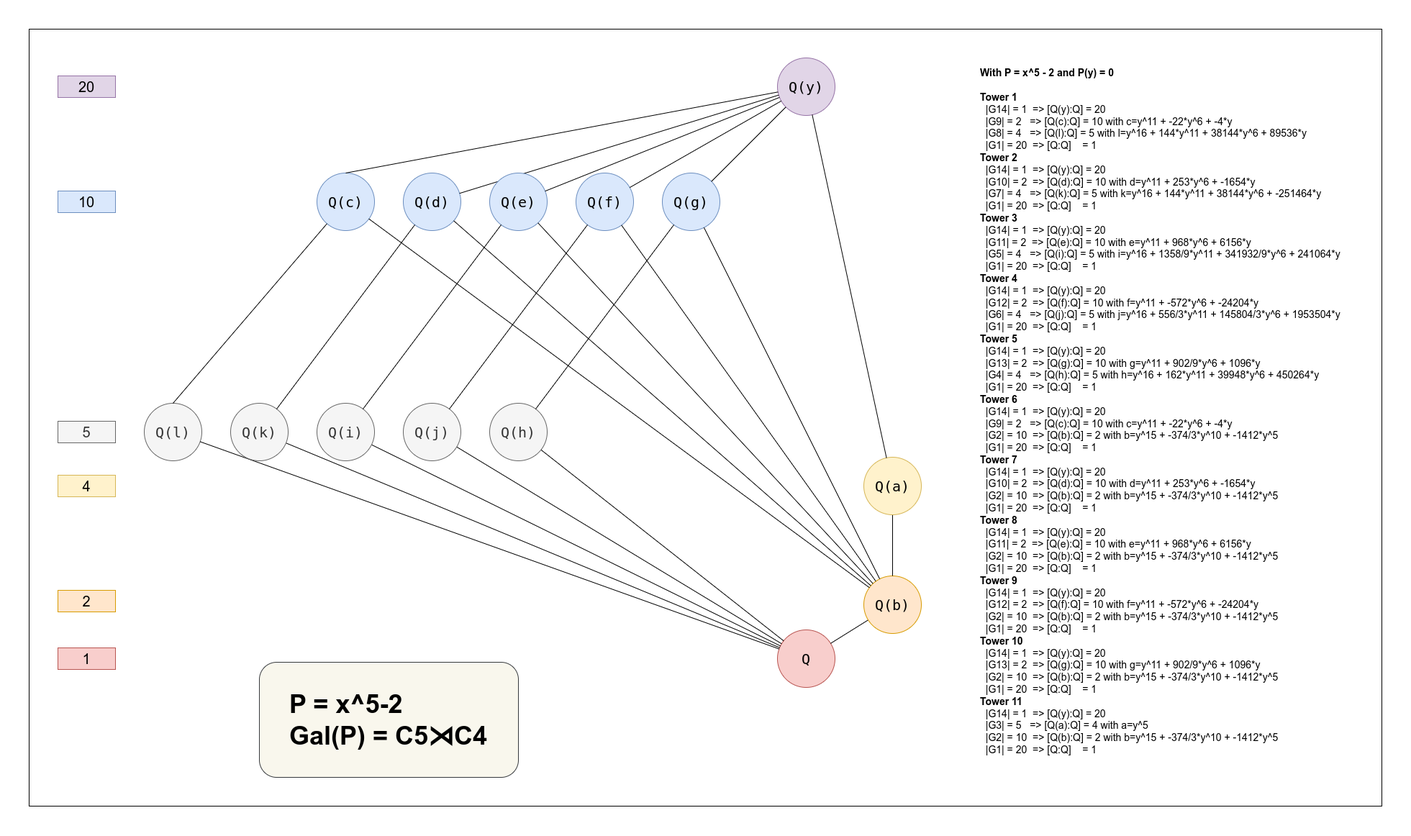
Above: C5x:C4.png in aidevnn/FastGoat (draw.io), before the change. Source tidied: cells renumbered, new cells last; positions are measured from the earlier drawing's top-left corner, leaving out a move shared by most shapes.
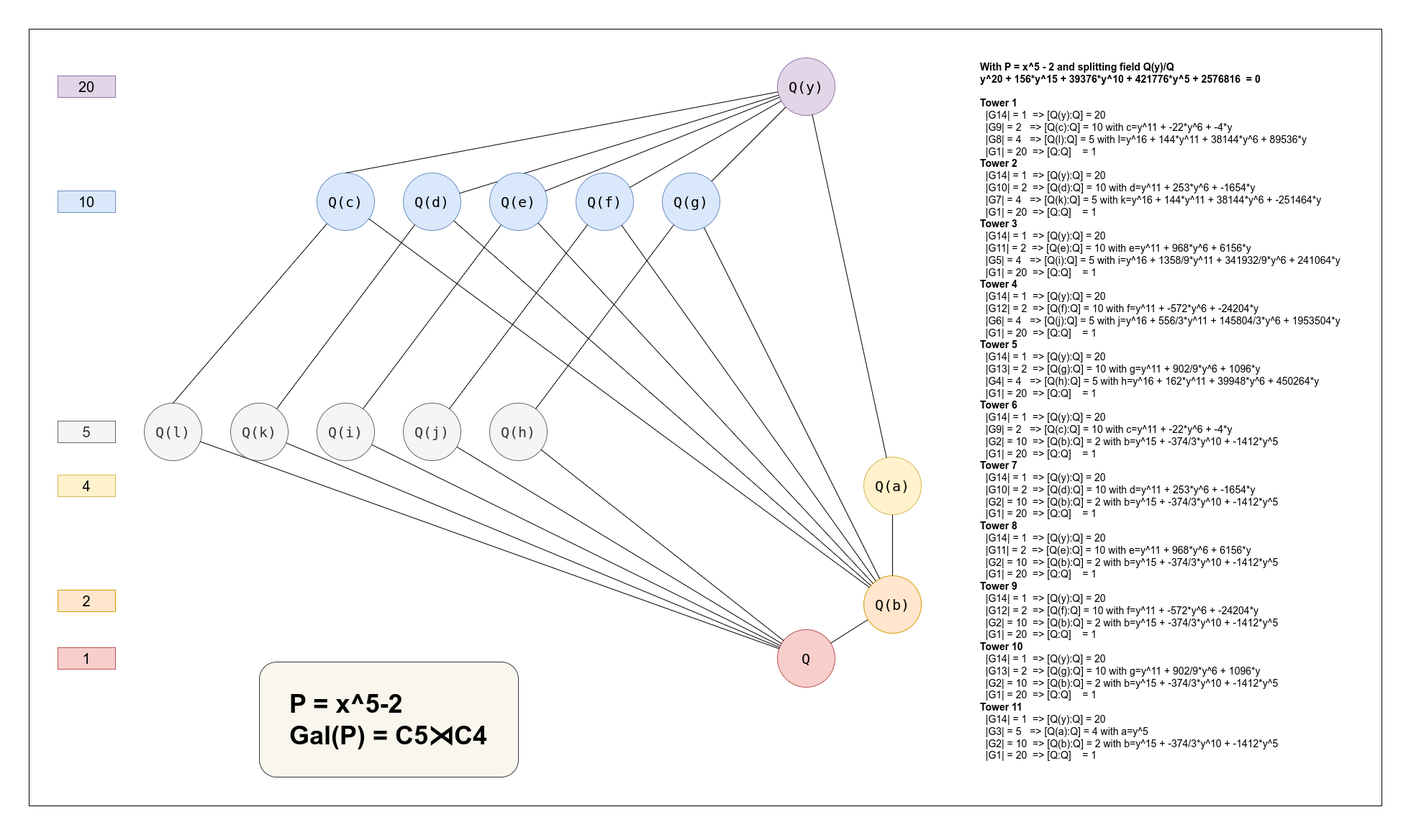
Later version of the same file.

Change to the diagram source:
```diff
@@ -29,7 +29,7 @@
     <mxCell id="10" style="edgeStyle=none;rounded=0;jettySize=auto;html=1;fontFamily=Helvetica;fontSize=20;fontColor=default;endArrow=none;endFill=0;" parent="2" edge="1" source="7" target="9">
       <mxGeometry relative="1" as="geometry" />
     </mxCell>
-    <mxCell id="11" value="&lt;div style=&quot;font-size: 14px;&quot;&gt;&lt;b&gt;With P = x^5 - 2 and P(y) = 0&lt;/b&gt;&lt;/div&gt;&lt;div style=&quot;font-size: 14px;&quot;&gt;&lt;br style=&quot;font-size: 14px;&quot;&gt;&lt;/div&gt;&lt;div style=&quot;font-size: 14px;&quot;&gt;&lt;b&gt;Tower 1&lt;/b&gt;&lt;/div&gt;&lt;div style=&quot;font-size: 14px;&quot;&gt;&amp;nbsp; |G14| = 1&amp;nbsp; =&amp;gt; [Q(y):Q] = 20&lt;/div&gt;&lt;div style=&quot;font-size: 14px;&quot;&gt;&amp;nbsp; |G9| = 2&amp;nbsp; &amp;nbsp;=&amp;gt; [Q(c):Q] = 10 with c=y^11 + -22*y^6 + -4*y&lt;/div&gt;&lt;div style=&quot;font-size: 14px;&quot;&gt;&amp;nbsp; |G8| = 4&amp;nbsp; &amp;nbsp;=&amp;gt; [Q(l):Q] = 5 with l=y^16 + 144*y^11 + 38144*y^6 + 89536*y&lt;/div&gt;&lt;div style=&quot;font-size: 14px;&quot;&gt;&amp;nbsp; |G1| = 20&amp;nbsp; =&amp;gt; [Q:Q]&amp;nbsp; &amp;nbsp; = 1&lt;/div&gt;&lt;div style=&quot;font-size: 14px;&quot;&gt;&lt;b&gt;Tower 2&lt;/b&gt;&lt;/div&gt;&lt;div style=&quot;font-size: 14px;&quot;&gt;&amp;nbsp; |G14| = 1&amp;nbsp; =&amp;gt; [Q(y):Q] = 20&lt;/div&gt;&lt;div style=&quot;font-size: 14px;&quot;&gt;&amp;nbsp; |G10| = 2&amp;nbsp; =&amp;gt; [Q(d):Q] = 10 with d=y^11 + 253*y^6 + -1654*y&lt;/div&gt;&lt;div style=&quot;font-size: 14px;&quot;&gt;&amp;nbsp; |G7| = 4&amp;nbsp; &amp;nbsp;=&amp;gt; [Q(k):Q] = 5 with k=y^16 + 144*y^11 + 38144*y^6 + -251464*y&lt;/div&gt;&lt;div style=&quot;font-size: 14px;&quot;&gt;&amp;nbsp; |G1| = 20&amp;nbsp; =&amp;gt; [Q:Q]&amp;nbsp; &amp;nbsp; = 1&lt;/div&gt;&lt;div style=&quot;font-size: 14px;&quot;&gt;&lt;b&gt;Tower 3&lt;/b&gt;&lt;/div&gt;&lt;div style=&quot;font-size: 14px;&quot;&gt;&amp;nbsp; |G14| = 1&amp;nbsp; =&amp;gt; [Q(y):Q] = 20&lt;/div&gt;&lt;div style=&quot;font-size: 14px;&quot;&gt;&amp;nbsp; |G11| = 2&amp;nbsp; =&amp;gt; [Q(e):Q] = 10 with e=y^11 + 968*y^6 + 6156*y&lt;/div&gt;&lt;div style=&quot;font-size: 14px;&quot;&gt;&amp;nbsp; |G5| = 4&amp;nbsp; &amp;nbsp;=&amp;gt; [Q(i):Q] = 5 with i=y^16 + 1358/9*y^11 + 341932/9*y^6 + 241064*y&lt;/div&gt;&lt;div style=&quot;font-size: 14px;&quot;&gt;&amp;nbsp; |G1| = 20&amp;nbsp; =&amp;gt; [Q:Q]&amp;nbsp; &amp;nbsp; = 1&lt;/div&gt;&lt;div style=&quot;font-size: 14px;&quot;&gt;&lt;b&gt;Tower 4&lt;/b&gt;&lt;/div&gt;&lt;div style=&quot;font-size: 14px;&quot;&gt;&amp;nbsp; |G14| = 1&amp;nbsp; =&amp;gt; [Q(y):Q] = 20&lt;/div&gt;&lt;div style=&quot;font-size: 14px;&quot;&gt;&amp;nbsp; |G12| = 2&amp;nbsp; =&amp;gt; [Q(f):Q] = 10 with f=y^11 + -572*y^6 + -24204*y&lt;/div&gt;&lt;div style=&quot;font-size: 14px;&quot;&gt;&amp;nbsp; |G6| = 4&amp;nbsp; &amp;nbsp;=&amp;gt; [Q(j):Q] = 5 with j=y^16 + 556/3*y^11 + 145804/3*y^6 + 1953504*y&lt;/div&gt;&lt;div style=&quot;font-size: 14px;&quot;&gt;&amp;nbsp; |G1| = 20&amp;nbsp; =&amp;gt; [Q:Q]&amp;nbsp; &amp;nbsp; = 1&lt;/div&gt;&lt;div style=&quot;font-size: 14px;&quot;&gt;&lt;b&gt;Tower 5&lt;/b&gt;&lt;/div&gt;&lt;div style=&quot;font-size: 14px;&quot;&gt;&amp;nbsp; |G14| = 1&amp;nbsp; =&amp;gt; [Q(y):Q] = 20&lt;/div&gt;&lt;div style=&quot;font-size: 14px;&quot;&gt;&amp;nbsp; |G13| = 2&amp;nbsp; =&amp;gt; [Q(g):Q] = 10 with g=y^11 + 902/9*y^6 + 1096*y&lt;/div&gt;&lt;div style=&quot;font-size: 14px;&quot;&gt;&amp;nbsp; |G4| = 4&amp;nbsp; &amp;nbsp;=&amp;gt; [Q(h):Q] = 5 with h=y^16 + 162*y^11 + 39948*y^6 + 450264*y&lt;/div&gt;&lt;div style=&quot;font-size: 14px;&quot;&gt;&amp;nbsp; |G1| = 20&amp;nbsp; =&amp;gt; [Q:Q]&amp;nbsp; &amp;nbsp; = 1&lt;/div&gt;&lt;div style=&quot;font-size: 14px;&quot;&gt;&lt;b&gt;Tower 6&lt;/b&gt;&lt;/div&gt;&lt;div style=&quot;font-size: 14px;&quot;&gt;&amp;nbsp; |G14| = 1&amp;nbsp; =&amp;gt; [Q(y):Q] = 20&lt;/div&gt;&lt;div style=&quot;font-size: 14px;&quot;&gt;&amp;nbsp; |G9| = 2&amp;nbsp; &amp;nbsp;=&amp;gt; [Q(c):Q] = 10 with c=y^11 + -22*y^6 + -4*y&lt;/div&gt;&lt;div style=&quot;font-size: 14px;&quot;&gt;&amp;nbsp; |G2| = 10&amp;nbsp; =&amp;gt; [Q(b):Q] = 2 with b=y^15 + -374/3*y^10 + -1412*y^5&lt;/div&gt;&lt;div style=&quot;font-size: 14px;&quot;&gt;&amp;nbsp; |G1| = 20&amp;nbsp; =&amp;gt; [Q:Q]&amp;nbsp; &amp;nbsp; = 1&lt;/div&gt;&lt;div style=&quot;font-size: 14px;&quot;&gt;&lt;b&gt;Tower 7&lt;/b&gt;&lt;/div&gt;&lt;div style=&quot;font-size: 14px;&quot;&gt;&amp;nbsp; |G14| = 1&amp;nbsp; =&amp;gt; [Q(y):Q] = 20&lt;/div&gt;&lt;div style=&quot;font-size: 14px;&quot;&gt;&amp;nbsp; |G10| = 2&amp;nbsp; =&amp;gt; [Q(d):Q] = 10 with d=y^11 + 253*y^6 + -1654*y&lt;/div&gt;&lt;div style=&quot;font-size: 14px;&quot;&gt;&amp;nbsp; |G2| = 10&amp;nbsp; =&amp;gt; [Q(b):Q] = 2 with b=y^15 + -374/3*y^10 + -1412*y^5&lt;/div&gt;&lt;div style=&quot;font-size: 14px;&quot;&gt;&amp;nbsp; |G1| = 20&amp;nbsp; =&amp;gt; [Q:Q]&amp;nbsp; &amp;nbsp; = 1&lt;/div&gt;&lt;div style=&quot;font-size: 14px;&quot;&gt;&lt;b&gt;Tower 8&lt;/b&gt;&lt;/div&gt;&lt;div style=&quot;font-size: 14px;&quot;&gt;&amp;nbsp; |G14| = 1&amp;nbsp; =&amp;gt; [Q(y):Q] = 20&lt;/div&gt;&lt;div style=&quot;font-size: 14px;&quot;&gt;&amp;nbsp; |G11| = 2&amp;nbsp; =&amp;gt; [Q(e):Q] = 10 with e=y^11 + 968*y^6 + 6156*y&lt;/div&gt;&lt;div style=&quot;font-size: 14px;&quot;&gt;&amp;nbsp; |G2| = 10&amp;nbsp; =&amp;gt; [Q(b):Q] = 2 with b=y^15 + -374/3*y^10 + -1412*y^5&lt;/div&gt;&lt;div style=&quot;font-size: 14px;&quot;&gt;&amp;nbsp; |G1| = 20&amp;nbsp; =&amp;gt; [Q:Q]&amp;nbsp; &amp;nbsp; = 1&lt;/div&gt;&lt;div style=&quot;font-size: 14px;&quot;&gt;&lt;b&gt;Tower 9&lt;/b&gt;&lt;/div&gt;&lt;div style=&quot;font-size: 14px;&quot;&gt;&amp;nbsp; |G14| = 1&amp;nbsp; =&amp;gt; [Q(y):Q] = 20&lt;/div&gt;&lt;div style=&quot;font-size: 14px;&quot;&gt;&amp;nbsp; |G12| = 2&amp;nbsp; =&amp;gt; [Q(f):Q] = 10 with f=y^11 + -572*y^6 + -24204*y&lt;/div&gt;&lt;div style=&quot;font-size: 14px;&quot;&gt;&amp;nbsp; |G2| = 10&amp;nbsp; =&amp;gt; [Q(b):Q] = 2 with b=y^15 + -374/3*y^10 + -1412*y^5&lt;/div&gt;&lt;div style=&quot;font-size: 14px;&quot;&gt;&amp;nbsp; |G1| = 20&amp;nbsp; =&amp;gt; [Q:Q]&amp;nbsp; &amp;nbsp; = 1&lt;/div&gt;&lt;div style=&quot;font-size: 14px;&quot;&gt;&lt;b&gt;Tower 10&lt;/b&gt;&lt;/div&gt;&lt;div style=&quot;font-size: 14px;&quot;&gt;&amp;nbsp; |G14| = 1&amp;nbsp; =&amp;gt; [Q(y):Q] = 20&lt;/div&gt;&lt;div style=&quot;font-size: 14px;&quot;&gt;&amp;nbsp; |G13| = 2&amp;nbsp; =&amp;gt; [Q(g):Q] = 10 with g=y^11 + 902/9*y^6 + 1096*y&lt;/div&gt;&lt;div style=&quot;font-size: 14px;&quot;&gt;&amp;nbsp; |G2| = 10&amp;nbsp; =&amp;gt; [Q(b):Q] = 2 with b=y^15 + -374/3*y^10 + -1412*y^5&lt;/div&gt;&lt;div style=&quot;font-size: 14px;&quot;&gt;&amp;nbsp; |G1| = 20&amp;nbsp; =&amp;gt; [Q:Q]&amp;nbsp; &amp;nbsp; = 1&lt;/div&gt;&lt;div style=&quot;font-size: 14px;&quot;&gt;&lt;b&gt;Tower 11&lt;/b&gt;&lt;/div&gt;&lt;div style=&quot;font-size: 14px;&quot;&gt;&amp;nbsp; |G14| = 1&amp;nbsp; =&amp;gt; [Q(y):Q] = 20&lt;/div&gt;&lt;div style=&quot;font-size: 14px;&quot;&gt;&amp;nbsp; |G3| = 5&amp;nbsp; &amp;nbsp;=&amp;gt; [Q(a):Q] = 4 with a=y^5&lt;/div&gt;&lt;div style=&quot;font-size: 14px;&quot;&gt;&amp;nbsp; |G2| = 10&amp;nbsp; =&amp;gt; [Q(b):Q] = 2 with b=y^15 + -374/3*y^10 + -1412*y^5&lt;/div&gt;&lt;div style=&quot;font-size: 14px;&quot;&gt;&amp;nbsp; |G1| = 20&amp;nbsp; =&amp;gt; [Q:Q]&amp;nbsp; &amp;nbsp; = 1&lt;/div&gt;&lt;div style=&quot;font-size: 14px;&quot;&gt;&lt;br style=&quot;font-size: 14px;&quot;&gt;&lt;/div&gt;" style="text;html=1;align=left;verticalAlign=middle;whiteSpace=wrap;rounded=0;fontSize=14;fontFamily=Helvetica;fillColor=default;strokeColor=none;spacingLeft=40;" parent="2" vertex="1">
+    <mxCell id="11" value="&lt;div style=&quot;font-size: 14px;&quot;&gt;&lt;b&gt;With P = x^5 - 2 and splitting field Q(y)/Q&lt;/b&gt;&lt;/div&gt;&lt;b&gt;y^20 + 156*y^15 + 39376*y^10 + 421776*y^5 + 2576816&amp;nbsp;&lt;/b&gt;&lt;b style=&quot;background-color: initial;&quot;&gt;&amp;nbsp;= 0&lt;/b&gt;&lt;b&gt;&lt;br&gt;&lt;/b&gt;&lt;div style=&quot;font-size: 14px;&quot;&gt;&lt;br style=&quot;font-size: 14px;&quot;&gt;&lt;/div&gt;&lt;div style=&quot;font-size: 14px;&quot;&gt;&lt;b&gt;Tower 1&lt;/b&gt;&lt;/div&gt;&lt;div style=&quot;font-size: 14px;&quot;&gt;&amp;nbsp; |G14| = 1&amp;nbsp; =&amp;gt; [Q(y):Q] = 20&lt;/div&gt;&lt;div style=&quot;font-size: 14px;&quot;&gt;&amp;nbsp; |G9| = 2&amp;nbsp; &amp;nbsp;=&amp;gt; [Q(c):Q] = 10 with c=y^11 + -22*y^6 + -4*y&lt;/div&gt;&lt;div style=&quot;font-size: 14px;&quot;&gt;&amp;nbsp; |G8| = 4&amp;nbsp; &amp;nbsp;=&amp;gt; [Q(l):Q] = 5 with l=y^16 + 144*y^11 + 38144*y^6 + 89536*y&lt;/div&gt;&lt;div style=&quot;font-size: 14px;&quot;&gt;&amp;nbsp; |G1| = 20&amp;nbsp; =&amp;gt; [Q:Q]&amp;nbsp; &amp;nbsp; = 1&lt;/div&gt;&lt;div style=&quot;font-size: 14px;&quot;&gt;&lt;b&gt;Tower 2&lt;/b&gt;&lt;/div&gt;&lt;div style=&quot;font-size: 14px;&quot;&gt;&amp;nbsp; |G14| = 1&amp;nbsp; =&amp;gt; [Q(y):Q] = 20&lt;/div&gt;&lt;div style=&quot;font-size: 14px;&quot;&gt;&amp;nbsp; |G10| = 2&amp;nbsp; =&amp;gt; [Q(d):Q] = 10 with d=y^11 + 253*y^6 + -1654*y&lt;/div&gt;&lt;div style=&quot;font-size: 14px;&quot;&gt;&amp;nbsp; |G7| = 4&amp;nbsp; &amp;nbsp;=&amp;gt; [Q(k):Q] = 5 with k=y^16 + 144*y^11 + 38144*y^6 + -251464*y&lt;/div&gt;&lt;div style=&quot;font-size: 14px;&quot;&gt;&amp;nbsp; |G1| = 20&amp;nbsp; =&amp;gt; [Q:Q]&amp;nbsp; &amp;nbsp; = 1&lt;/div&gt;&lt;div style=&quot;font-size: 14px;&quot;&gt;&lt;b&gt;Tower 3&lt;/b&gt;&lt;/div&gt;&lt;div style=&quot;font-size: 14px;&quot;&gt;&amp;nbsp; |G14| = 1&amp;nbsp; =&amp;gt; [Q(y):Q] = 20&lt;/div&gt;&lt;div style=&quot;font-size: 14px;&quot;&gt;&amp;nbsp; |G11| = 2&amp;nbsp; =&amp;gt; [Q(e):Q] = 10 with e=y^11 + 968*y^6 + 6156*y&lt;/div&gt;&lt;div style=&quot;font-size: 14px;&quot;&gt;&amp;nbsp; |G5| = 4&amp;nbsp; &amp;nbsp;=&amp;gt; [Q(i):Q] = 5 with i=y^16 + 1358/9*y^11 + 341932/9*y^6 + 241064*y&lt;/div&gt;&lt;div style=&quot;font-size: 14px;&quot;&gt;&amp;nbsp; |G1| = 20&amp;nbsp; =&amp;gt; [Q:Q]&amp;nbsp; &amp;nbsp; = 1&lt;/div&gt;&lt;div style=&quot;font-size: 14px;&quot;&gt;&lt;b&gt;Tower 4&lt;/b&gt;&lt;/div&gt;&lt;div style=&quot;font-size: 14px;&quot;&gt;&amp;nbsp; |G14| = 1&amp;nbsp; =&amp;gt; [Q(y):Q] = 20&lt;/div&gt;&lt;div style=&quot;font-size: 14px;&quot;&gt;&amp;nbsp; |G12| = 2&amp;nbsp; =&amp;gt; [Q(f):Q] = 10 with f=y^11 + -572*y^6 + -24204*y&lt;/div&gt;&lt;div style=&quot;font-size: 14px;&quot;&gt;&amp;nbsp; |G6| = 4&amp;nbsp; &amp;nbsp;=&amp;gt; [Q(j):Q] = 5 with j=y^16 + 556/3*y^11 + 145804/3*y^6 + 1953504*y&lt;/div&gt;&lt;div style=&quot;font-size: 14px;&quot;&gt;&amp;nbsp; |G1| = 20&amp;nbsp; =&amp;gt; [Q:Q]&amp;nbsp; &amp;nbsp; = 1&lt;/div&gt;&lt;div style=&quot;font-size: 14px;&quot;&gt;&lt;b&gt;Tower 5&lt;/b&gt;&lt;/div&gt;&lt;div style=&quot;font-size: 14px;&quot;&gt;&amp;nbsp; |G14| = 1&amp;nbsp; =&amp;gt; [Q(y):Q] = 20&lt;/div&gt;&lt;div style=&quot;font-size: 14px;&quot;&gt;&amp;nbsp; |G13| = 2&amp;nbsp; =&amp;gt; [Q(g):Q] = 10 with g=y^11 + 902/9*y^6 + 1096*y&lt;/div&gt;&lt;div style=&quot;font-size: 14px;&quot;&gt;&amp;nbsp; |G4| = 4&amp;nbsp; &amp;nbsp;=&amp;gt; [Q(h):Q] = 5 with h=y^16 + 162*y^11 + 39948*y^6 + 450264*y&lt;/div&gt;&lt;div style=&quot;font-size: 14px;&quot;&gt;&amp;nbsp; |G1| = 20&amp;nbsp; =&amp;gt; [Q:Q]&amp;nbsp; &amp;nbsp; = 1&lt;/div&gt;&lt;div style=&quot;font-size: 14px;&quot;&gt;&lt;b&gt;Tower 6&lt;/b&gt;&lt;/div&gt;&lt;div style=&quot;font-size: 14px;&quot;&gt;&amp;nbsp; |G14| = 1&amp;nbsp; =&amp;gt; [Q(y):Q] = 20&lt;/div&gt;&lt;div style=&quot;font-size: 14px;&quot;&gt;&amp;nbsp; |G9| = 2&amp;nbsp; &amp;nbsp;=&amp;gt; [Q(c):Q] = 10 with c=y^11 + -22*y^6 + -4*y&lt;/div&gt;&lt;div style=&quot;font-size: 14px;&quot;&gt;&amp;nbsp; |G2| = 10&amp;nbsp; =&amp;gt; [Q(b):Q] = 2 with b=y^15 + -374/3*y^10 + -1412*y^5&lt;/div&gt;&lt;div style=&quot;font-size: 14px;&quot;&gt;&amp;nbsp; |G1| = 20&amp;nbsp; =&amp;gt; [Q:Q]&amp;nbsp; &amp;nbsp; = 1&lt;/div&gt;&lt;div style=&quot;font-size: 14px;&quot;&gt;&lt;b&gt;Tower 7&lt;/b&gt;&lt;/div&gt;&lt;div style=&quot;font-size: 14px;&quot;&gt;&amp;nbsp; |G14| = 1&amp;nbsp; =&amp;gt; [Q(y):Q] = 20&lt;/div&gt;&lt;div style=&quot;font-size: 14px;&quot;&gt;&amp;nbsp; |G10| = 2&amp;nbsp; =&amp;gt; [Q(d):Q] = 10 with d=y^11 + 253*y^6 + -1654*y&lt;/div&gt;&lt;div style=&quot;font-size: 14px;&quot;&gt;&amp;nbsp; |G2| = 10&amp;nbsp; =&amp;gt; [Q(b):Q] = 2 with b=y^15 + -374/3*y^10 + -1412*y^5&lt;/div&gt;&lt;div style=&quot;font-size: 14px;&quot;&gt;&amp;nbsp; |G1| = 20&amp;nbsp; =&amp;gt; [Q:Q]&amp;nbsp; &amp;nbsp; = 1&lt;/div&gt;&lt;div style=&quot;font-size: 14px;&quot;&gt;&lt;b&gt;Tower 8&lt;/b&gt;&lt;/div&gt;&lt;div style=&quot;font-size: 14px;&quot;&gt;&amp;nbsp; |G14| = 1&amp;nbsp; =&amp;gt; [Q(y):Q] = 20&lt;/div&gt;&lt;div style=&quot;font-size: 14px;&quot;&gt;&amp;nbsp; |G11| = 2&amp;nbsp; =&amp;gt; [Q(e):Q] = 10 with e=y^11 + 968*y^6 + 6156*y&lt;/div&gt;&lt;div style=&quot;font-size: 14px;&quot;&gt;&amp;nbsp; |G2| = 10&amp;nbsp; =&amp;gt; [Q(b):Q] = 2 with b=y^15 + -374/3*y^10 + -1412*y^5&lt;/div&gt;&lt;div style=&quot;font-size: 14px;&quot;&gt;&amp;nbsp; |G1| = 20&amp;nbsp; =&amp;gt; [Q:Q]&amp;nbsp; &amp;nbsp; = 1&lt;/div&gt;&lt;div style=&quot;font-size: 14px;&quot;&gt;&lt;b&gt;Tower 9&lt;/b&gt;&lt;/div&gt;&lt;div style=&quot;font-size: 14px;&quot;&gt;&amp;nbsp; |G14| = 1&amp;nbsp; =&amp;gt; [Q(y):Q] = 20&lt;/div&gt;&lt;div style=&quot;font-size: 14px;&quot;&gt;&amp;nbsp; |G12| = 2&amp;nbsp; =&amp;gt; [Q(f):Q] = 10 with f=y^11 + -572*y^6 + -24204*y&lt;/div&gt;&lt;div style=&quot;font-size: 14px;&quot;&gt;&amp;nbsp; |G2| = 10&amp;nbsp; =&amp;gt; [Q(b):Q] = 2 with b=y^15 + -374/3*y^10 + -1412*y^5&lt;/div&gt;&lt;div style=&quot;font-size: 14px;&quot;&gt;&amp;nbsp; |G1| = 20&amp;nbsp; =&amp;gt; [Q:Q]&amp;nbsp; &amp;nbsp; = 1&lt;/div&gt;&lt;div style=&quot;font-size: 14px;&quot;&gt;&lt;b&gt;Tower 10&lt;/b&gt;&lt;/div&gt;&lt;div style=&quot;font-size: 14px;&quot;&gt;&amp;nbsp; |G14| = 1&amp;nbsp; =&amp;gt; [Q(y):Q] = 20&lt;/div&gt;&lt;div style=&quot;font-size: 14px;&quot;&gt;&amp;nbsp; |G13| = 2&amp;nbsp; =&amp;gt; [Q(g):Q] = 10 with g=y^11 + 902/9*y^6 + 1096*y&lt;/div&gt;&lt;div style=&quot;font-size: 14px;&quot;&gt;&amp;nbsp; |G2| = 10&amp;nbsp; =&amp;gt; [Q(b):Q] = 2 with b=y^15 + -374/3*y^10 + -1412*y^5&lt;/div&gt;&lt;div style=&quot;font-size: 14px;&quot;&gt;&amp;nbsp; |G1| = 20&amp;nbsp; =&amp;gt; [Q:Q]&amp;nbsp; &amp;nbsp; = 1&lt;/div&gt;&lt;div style=&quot;font-size: 14px;&quot;&gt;&lt;b&gt;Tower 11&lt;/b&gt;&lt;/div&gt;&lt;div style=&quot;font-size: 14px;&quot;&gt;&amp;nbsp; |G14| = 1&amp;nbsp; =&amp;gt; [Q(y):Q] = 20&lt;/div&gt;&lt;div style=&quot;font-size: 14px;&quot;&gt;&amp;nbsp; |G3| = 5&amp;nbsp; &amp;nbsp;=&amp;gt; [Q(a):Q] = 4 with a=y^5&lt;/div&gt;&lt;div style=&quot;font-size: 14px;&quot;&gt;&amp;nbsp; |G2| = 10&amp;nbsp; =&amp;gt; [Q(b):Q] = 2 with b=y^15 + -374/3*y^10 + -1412*y^5&lt;/div&gt;&lt;div style=&quot;font-size: 14px;&quot;&gt;&amp;nbsp; |G1| = 20&amp;nbsp; =&amp;gt; [Q:Q]&amp;nbsp; &amp;nbsp; = 1&lt;/div&gt;&lt;div style=&quot;font-size: 14px;&quot;&gt;&lt;br style=&quot;font-size: 14px;&quot;&gt;&lt;/div&gt;" style="text;html=1;align=left;verticalAlign=middle;whiteSpace=wrap;rounded=0;fontSize=14;fontFamily=Helvetica;fillColor=default;strokeColor=none;spacingLeft=40;" parent="2" vertex="1">
       <mxGeometry x="1280" y="40" width="560" height="1000" as="geometry" />
     </mxCell>
     <mxCell id="12" value="&lt;div style=&quot;font-family: &amp;quot;JetBrains Mono&amp;quot;, monospace; font-size: 20px;&quot;&gt;Q(d)&lt;/div&gt;" style="ellipse;whiteSpace=wrap;html=1;labelBackgroundColor=none;fillColor=#dae8fc;strokeColor=#6c8ebf;fontSize=20;" parent="2" vertex="1">
```
